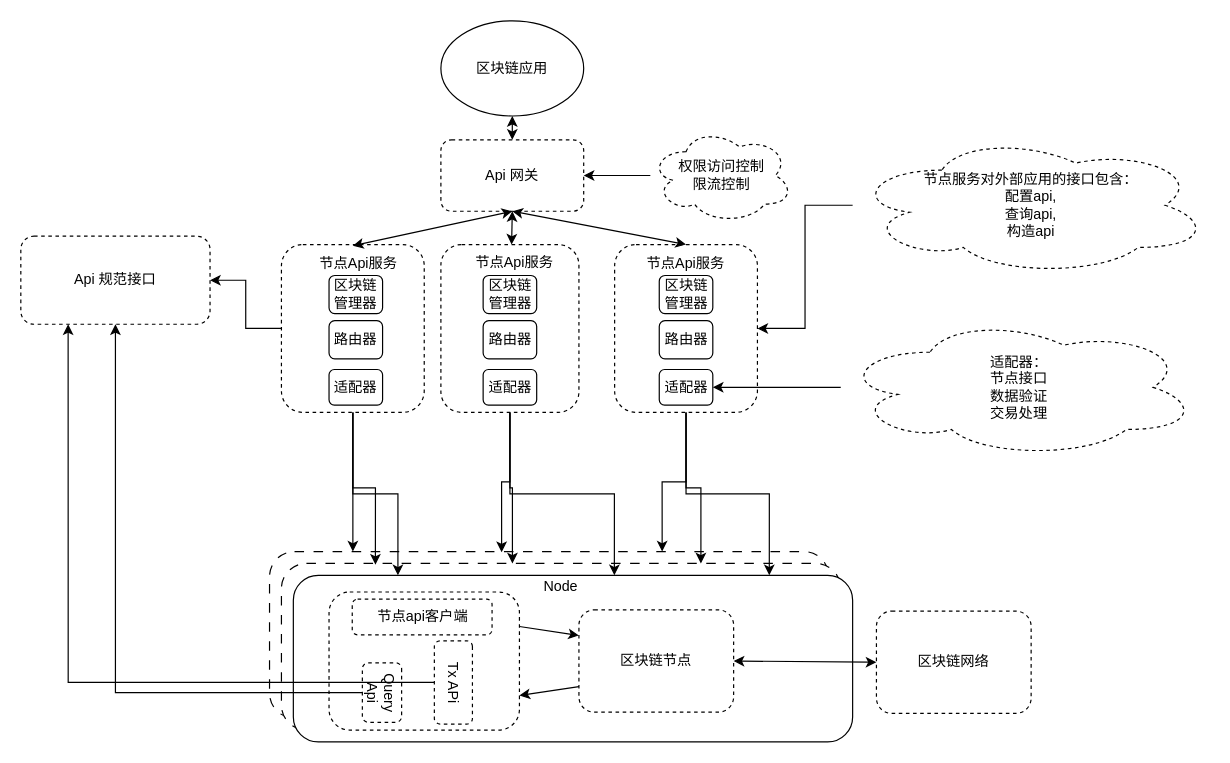
chixiaowen/drawio keeps this draw.io diagram as 未命名绘图.drawio. Above is the earlier version. Source tidied: cells renumbered, new cells numbered last; positions are measured from the earlier drawing's top-left corner, leaving out a move shared by most shapes. Both pictures are drawn from the tidied source at 119%, with x=0, y=0 at pixel (20, 20).
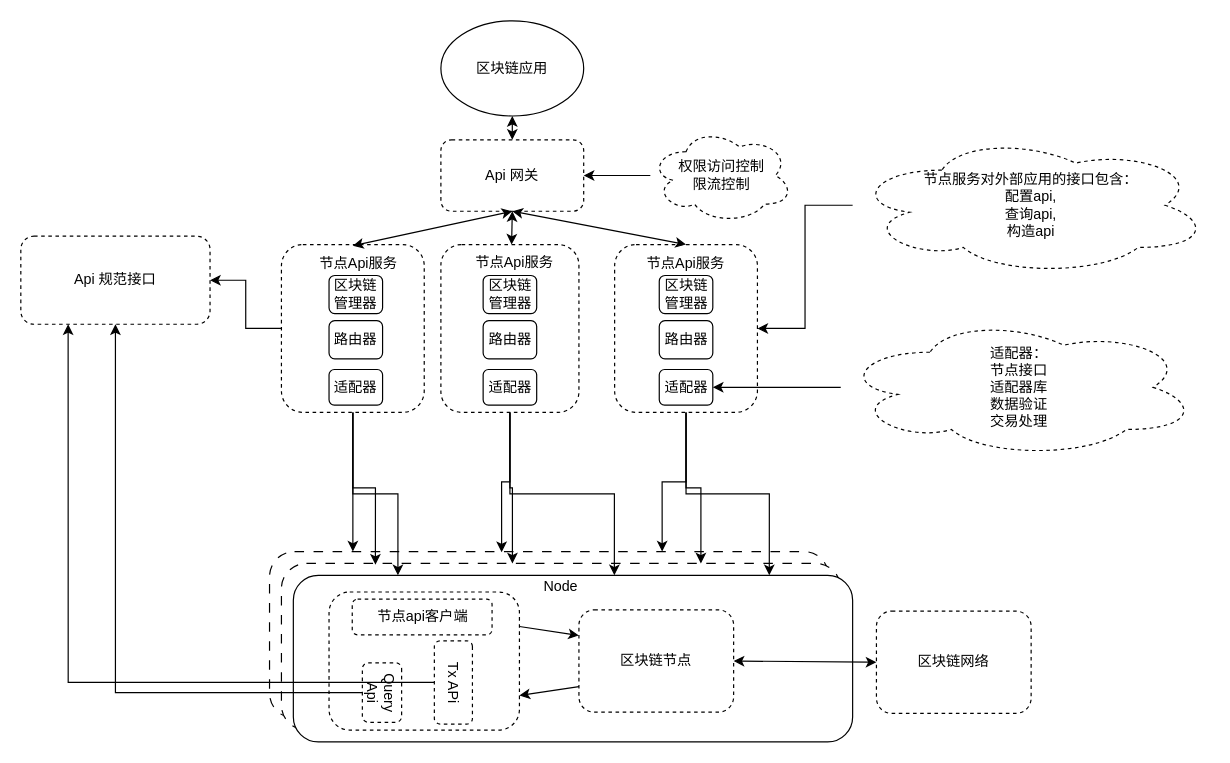
The same page after the edit.

Commit message:
更新未命名绘图.drawio

Change to the diagram source:
```diff
@@
-    <mxCell id="54" value="适配器：&lt;br&gt;节点接口&lt;br&gt;数据验证&lt;br&gt;交易处理" style="ellipse;shape=cloud;whiteSpace=wrap;html=1;dashed=1;" parent="1" vertex="1">
+    <mxCell id="54" value="适配器：&lt;br&gt;节点接口&lt;br&gt;适配器库&lt;br&gt;数据验证&lt;br&gt;交易处理" style="ellipse;shape=cloud;whiteSpace=wrap;html=1;dashed=1;" parent="1" vertex="1">
       <mxGeometry x="689" y="249" width="300" height="118" as="geometry" />
     </mxCell>
```
